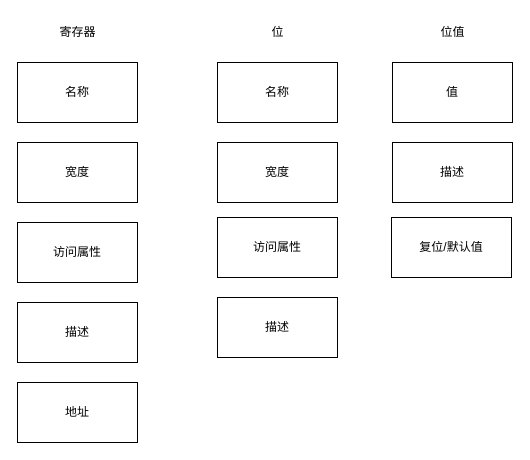
The draw.io diagram regdesign.drawio in iclite/drawio_output, before the edit. Source tidied: cells renumbered, new cells numbered last; positions are measured from the earlier drawing's top-left corner, leaving out a move shared by most shapes. Both pictures are drawn from the tidied source at 100%, with x=0, y=0 at pixel (17, 17).
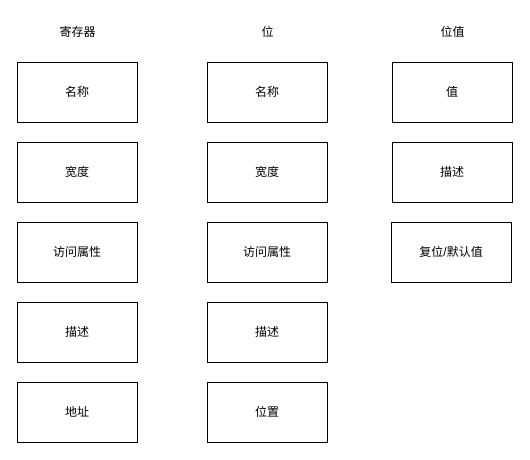
After the change.

What changed in the source:
```diff
@@
 <mxGraphModel>
   <root>
     <mxCell id="0" />
     <mxCell id="1" parent="0" />
     <mxCell id="2" value="名称" style="rounded=0;whiteSpace=wrap;html=1;" parent="1" vertex="1">
       <mxGeometry y="45" width="120" height="60" as="geometry" />
     </mxCell>
     <mxCell id="3" value="宽度" style="rounded=0;whiteSpace=wrap;html=1;" parent="1" vertex="1">
       <mxGeometry y="125" width="120" height="60" as="geometry" />
     </mxCell>
     <mxCell id="4" value="访问属性" style="rounded=0;whiteSpace=wrap;html=1;" parent="1" vertex="1">
       <mxGeometry y="205" width="120" height="60" as="geometry" />
     </mxCell>
     <mxCell id="5" value="描述" style="rounded=0;whiteSpace=wrap;html=1;" parent="1" vertex="1">
       <mxGeometry y="285" width="120" height="60" as="geometry" />
     </mxCell>
     <mxCell id="6" value="地址" style="rounded=0;whiteSpace=wrap;html=1;" parent="1" vertex="1">
       <mxGeometry y="365" width="120" height="60" as="geometry" />
     </mxCell>
     <mxCell id="7" value="寄存器" style="text;html=1;align=center;verticalAlign=middle;strokeColor=none;fillColor=none;" parent="1" vertex="1">
       <mxGeometry x="30" width="60" height="30" as="geometry" />
     </mxCell>
     <mxCell id="8" value="名称" style="rounded=0;whiteSpace=wrap;html=1;" parent="1" vertex="1">
-      <mxGeometry x="200" y="45" width="120" height="60" as="geometry" />
+      <mxGeometry x="190" y="45" width="120" height="60" as="geometry" />
     </mxCell>
     <mxCell id="9" value="位" style="text;html=1;align=center;verticalAlign=middle;strokeColor=none;fillColor=none;" parent="1" vertex="1">
-      <mxGeometry x="240" width="40" height="30" as="geometry" />
+      <mxGeometry x="230" width="40" height="30" as="geometry" />
     </mxCell>
     <mxCell id="10" value="宽度" style="rounded=0;whiteSpace=wrap;html=1;" parent="1" vertex="1">
-      <mxGeometry x="200" y="125" width="120" height="60" as="geometry" />
+      <mxGeometry x="190" y="125" width="120" height="60" as="geometry" />
     </mxCell>
     <mxCell id="11" value="访问属性" style="rounded=0;whiteSpace=wrap;html=1;" parent="1" vertex="1">
-      <mxGeometry x="200" y="200" width="120" height="60" as="geometry" />
+      <mxGeometry x="190" y="205" width="120" height="60" as="geometry" />
     </mxCell>
     <mxCell id="12" value="描述" style="rounded=0;whiteSpace=wrap;html=1;" parent="1" vertex="1">
-      <mxGeometry x="200" y="280" width="120" height="60" as="geometry" />
+      <mxGeometry x="190" y="285" width="120" height="60" as="geometry" />
     </mxCell>
     <mxCell id="13" value="位值" style="text;html=1;align=center;verticalAlign=middle;strokeColor=none;fillColor=none;" parent="1" vertex="1">
       <mxGeometry x="410" width="50" height="30" as="geometry" />
     </mxCell>
     <mxCell id="14" value="值" style="rounded=0;whiteSpace=wrap;html=1;" parent="1" vertex="1">
       <mxGeometry x="375" y="45" width="120" height="60" as="geometry" />
     </mxCell>
     <mxCell id="15" value="描述" style="rounded=0;whiteSpace=wrap;html=1;" parent="1" vertex="1">
       <mxGeometry x="375" y="125" width="120" height="60" as="geometry" />
     </mxCell>
     <mxCell id="16" value="复位/默认值" style="rounded=0;whiteSpace=wrap;html=1;" parent="1" vertex="1">
-      <mxGeometry x="374" y="200" width="120" height="60" as="geometry" />
+      <mxGeometry x="374" y="205" width="120" height="60" as="geometry" />
     </mxCell>
+    <mxCell id="17" value="位置" style="rounded=0;whiteSpace=wrap;html=1;" parent="1" vertex="1">
+      <mxGeometry x="190" y="365" width="120" height="60" as="geometry" />
+    </mxCell>
   </root>
 </mxGraphModel>
```
